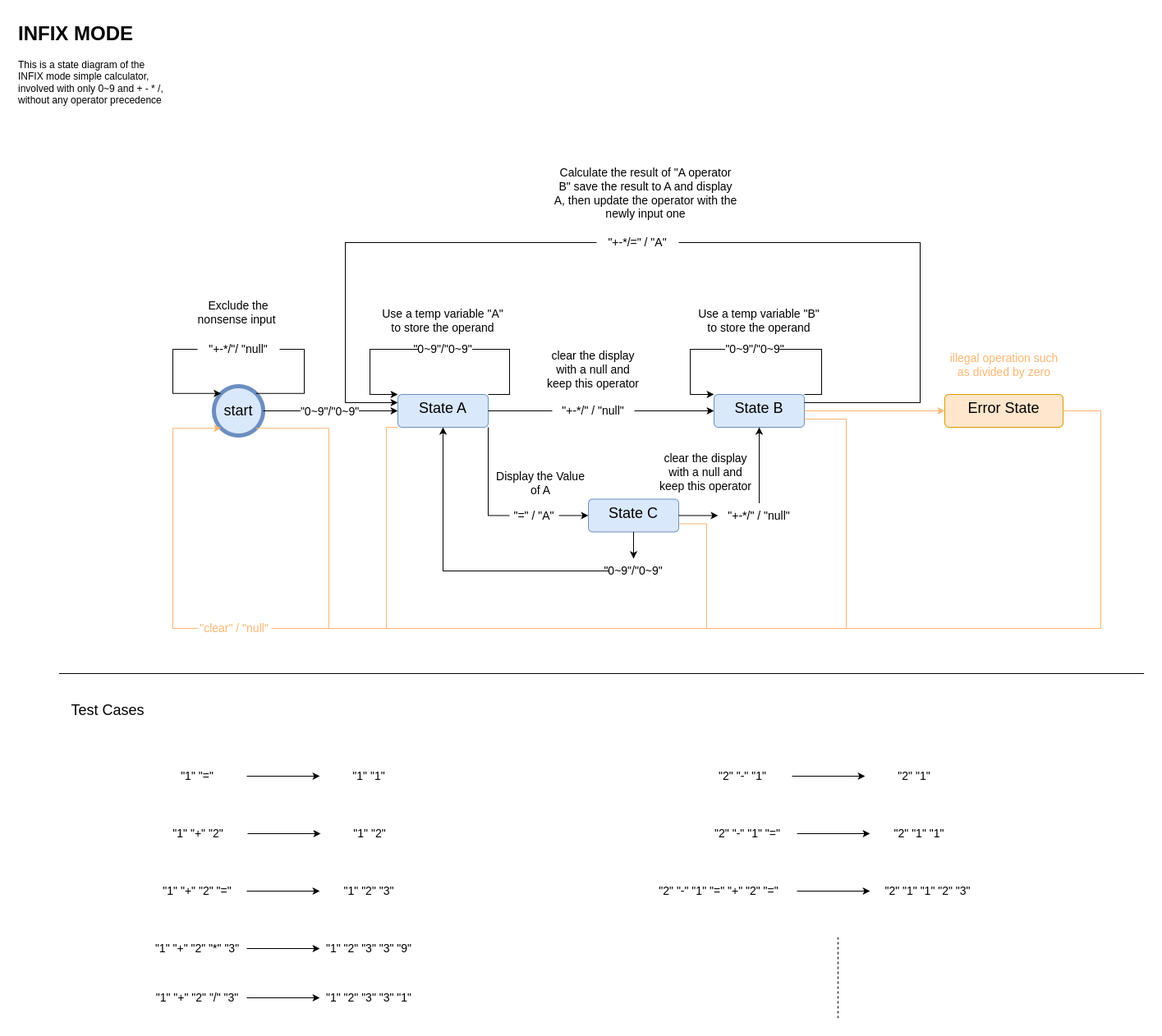
The draw.io diagram res/calculator_state_diagram-INFIX.drawio.png in dcheng69/Simple_Calculator, before a commit. Source tidied: cells renumbered, new cells last; positions are measured from the earlier drawing's top-left corner, leaving out a move shared by most shapes.
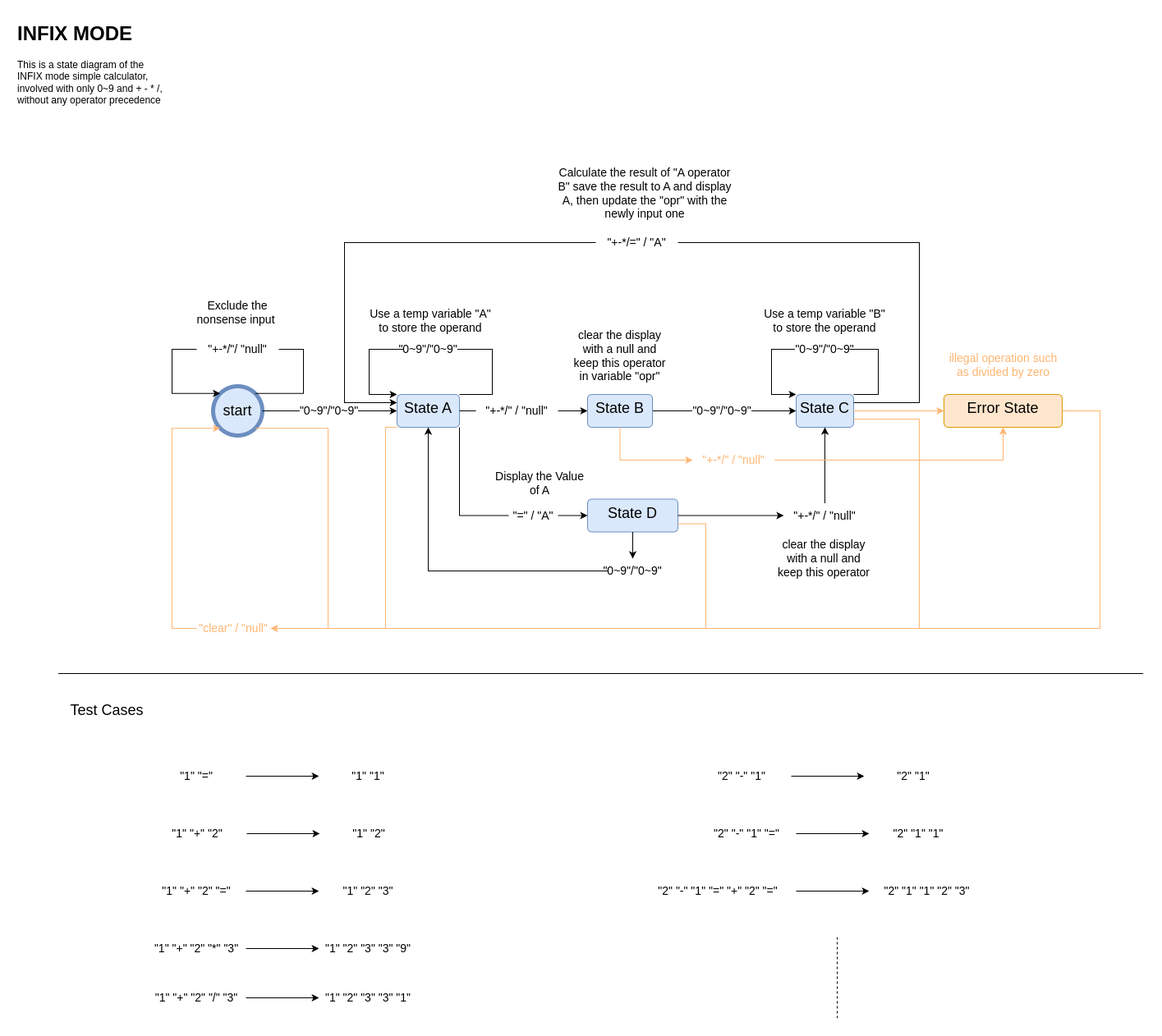
Later version of the same file.

Commit message:
Update the INFIX state chart

[Ticket: INFIX state chart]

[body]
1. Update the INFIX state chart add and operator state

[test]
none

Change to the diagram source:
```diff
@@ -9,7 +9,7 @@
       <mxGeometry x="240" y="450" width="60" height="60" as="geometry" />
     </mxCell>
     <mxCell id="4" value="&lt;font style=&quot;font-size: 18px;&quot;&gt;State A&lt;/font&gt;" style="html=1;align=center;verticalAlign=top;rounded=1;absoluteArcSize=1;arcSize=10;dashed=0;whiteSpace=wrap;fillColor=#dae8fc;strokeColor=#6c8ebf;" parent="1" vertex="1">
-      <mxGeometry x="464" y="460" width="110" height="40" as="geometry" />
+      <mxGeometry x="464" y="460" width="76" height="40" as="geometry" />
     </mxCell>
     <mxCell id="5" value="&lt;font style=&quot;font-size: 14px;&quot;&gt;&quot;+-*/&quot;/ &quot;null&quot;&lt;/font&gt;" style="text;html=1;align=center;verticalAlign=middle;whiteSpace=wrap;rounded=0;" parent="1" vertex="1">
       <mxGeometry x="220" y="390" width="100" height="30" as="geometry" />
@@ -45,12 +45,12 @@
     <mxCell id="12" style="endArrow=none;html=1;rounded=0;exitX=1;exitY=0;exitDx=0;exitDy=0;entryX=1;entryY=0.5;entryDx=0;entryDy=0;edgeStyle=elbowEdgeStyle;" parent="1" edge="1" source="4" target="13">
       <mxGeometry relative="1" as="geometry">
         <Array as="points">
-          <mxPoint x="600" y="400" />
+          <mxPoint x="580" y="440" />
         </Array>
       </mxGeometry>
     </mxCell>
     <mxCell id="13" value="&lt;span style=&quot;font-size: 14px; text-wrap: nowrap; background-color: rgb(255, 255, 255);&quot;&gt;&quot;0~9&quot;/&quot;0~9&quot;&lt;/span&gt;" style="text;html=1;align=center;verticalAlign=middle;whiteSpace=wrap;rounded=0;" parent="1" vertex="1">
-      <mxGeometry x="489" y="390" width="60" height="30" as="geometry" />
+      <mxGeometry x="472" y="390" width="60" height="30" as="geometry" />
     </mxCell>
     <mxCell id="14" style="endArrow=classic;html=1;rounded=0;exitX=0;exitY=0.5;exitDx=0;exitDy=0;entryX=0;entryY=0;entryDx=0;entryDy=0;edgeStyle=elbowEdgeStyle;" parent="1" edge="1" source="13" target="4">
       <mxGeometry relative="1" as="geometry">
@@ -63,24 +63,23 @@
       <mxGeometry x="205" y="340" width="130" height="40" as="geometry" />
     </mxCell>
     <mxCell id="16" value="&lt;font style=&quot;font-size: 14px;&quot;&gt;Use a temp variable &quot;A&quot; to store the operand&lt;/font&gt;" style="text;html=1;align=center;verticalAlign=middle;whiteSpace=wrap;rounded=0;" parent="1" vertex="1">
-      <mxGeometry x="444" y="350" width="150" height="40" as="geometry" />
+      <mxGeometry x="430" y="350" width="150" height="40" as="geometry" />
     </mxCell>
-    <mxCell id="17" style="endArrow=none;html=1;rounded=0;exitX=1;exitY=0.5;exitDx=0;exitDy=0;entryX=0;entryY=0.5;entryDx=0;entryDy=0;" parent="1" edge="1" source="4" target="49">
-      <mxGeometry relative="1" as="geometry" />
-    </mxCell>
-    <mxCell id="18" style="endArrow=classic;html=1;rounded=0;entryX=0;entryY=0.5;entryDx=0;entryDy=0;exitX=1;exitY=0.5;exitDx=0;exitDy=0;" parent="1" edge="1" source="49" target="48">
-      <mxGeometry relative="1" as="geometry" />
+    <mxCell id="18" style="endArrow=classic;html=1;rounded=0;exitX=1;exitY=0.5;exitDx=0;exitDy=0;" parent="1" edge="1" source="80">
+      <mxGeometry relative="1" as="geometry">
+        <mxPoint x="730" y="480" as="targetPoint" />
+      </mxGeometry>
     </mxCell>
     <mxCell id="19" style="edgeStyle=orthogonalEdgeStyle;rounded=0;jettySize=auto;html=1;exitX=0;exitY=0.5;exitDx=0;exitDy=0;entryX=0;entryY=0;entryDx=0;entryDy=0;" parent="1" edge="1" source="50" target="48">
       <mxGeometry relative="1" as="geometry">
         <Array as="points">
-          <mxPoint x="820" y="405" />
-          <mxPoint x="820" y="460" />
+          <mxPoint x="920" y="405" />
+          <mxPoint x="920" y="460" />
         </Array>
       </mxGeometry>
     </mxCell>
-    <mxCell id="20" value="&lt;font style=&quot;font-size: 14px;&quot;&gt;clear the display with a null and keep this operator&lt;/font&gt;" style="text;html=1;align=center;verticalAlign=middle;whiteSpace=wrap;rounded=0;" parent="1" vertex="1">
-      <mxGeometry x="644" y="410" width="116" height="40" as="geometry" />
+    <mxCell id="20" value="&lt;font style=&quot;font-size: 14px;&quot;&gt;clear the display with a null and keep this operator in variable &quot;opr&quot;&lt;/font&gt;" style="text;html=1;align=center;verticalAlign=middle;whiteSpace=wrap;rounded=0;" parent="1" vertex="1">
+      <mxGeometry x="674.2" y="377.5" width="122.5" height="70" as="geometry" />
     </mxCell>
     <mxCell id="21" style="endArrow=none;html=1;rounded=0;" parent="1" edge="1">
       <mxGeometry relative="1" as="geometry">
@@ -169,24 +168,21 @@
         <mxPoint x="1000" y="1120" as="targetPoint" />
       </mxGeometry>
     </mxCell>
-    <mxCell id="48" value="&lt;font style=&quot;font-size: 18px;&quot;&gt;State B&lt;/font&gt;" style="html=1;align=center;verticalAlign=top;rounded=1;absoluteArcSize=1;arcSize=10;dashed=0;whiteSpace=wrap;fillColor=#dae8fc;strokeColor=#6c8ebf;" parent="1" vertex="1">
-      <mxGeometry x="849" y="460" width="110" height="40" as="geometry" />
+    <mxCell id="48" value="&lt;font style=&quot;font-size: 18px;&quot;&gt;State C&lt;/font&gt;" style="html=1;align=center;verticalAlign=top;rounded=1;absoluteArcSize=1;arcSize=10;dashed=0;whiteSpace=wrap;fillColor=#dae8fc;strokeColor=#6c8ebf;" parent="1" vertex="1">
+      <mxGeometry x="950" y="460" width="70" height="40" as="geometry" />
     </mxCell>
-    <mxCell id="49" value="&lt;font style=&quot;font-size: 14px;&quot;&gt;&quot;+-*/&quot; / &quot;null&quot;&lt;/font&gt;" style="text;html=1;align=center;verticalAlign=middle;whiteSpace=wrap;rounded=0;" parent="1" vertex="1">
-      <mxGeometry x="652" y="465" width="100" height="30" as="geometry" />
-    </mxCell>
     <mxCell id="50" value="&lt;span style=&quot;font-size: 14px; text-wrap: nowrap; background-color: rgb(255, 255, 255);&quot;&gt;&quot;0~9&quot;/&quot;0~9&quot;&lt;/span&gt;" style="text;html=1;align=center;verticalAlign=middle;whiteSpace=wrap;rounded=0;" parent="1" vertex="1">
-      <mxGeometry x="869" y="390" width="60" height="30" as="geometry" />
+      <mxGeometry x="955" y="390" width="60" height="30" as="geometry" />
     </mxCell>
     <mxCell id="51" style="endArrow=none;html=1;rounded=0;exitX=1;exitY=0;exitDx=0;exitDy=0;entryX=1;entryY=0.5;entryDx=0;entryDy=0;edgeStyle=elbowEdgeStyle;" parent="1" edge="1" source="48" target="50">
       <mxGeometry relative="1" as="geometry">
         <Array as="points">
-          <mxPoint x="980" y="440" />
+          <mxPoint x="1050" y="440" />
         </Array>
       </mxGeometry>
     </mxCell>
     <mxCell id="52" value="&lt;font style=&quot;font-size: 14px;&quot;&gt;Use a temp variable &quot;B&quot; to store the operand&lt;/font&gt;" style="text;html=1;align=center;verticalAlign=middle;whiteSpace=wrap;rounded=0;" parent="1" vertex="1">
-      <mxGeometry x="822.2" y="350" width="163.5" height="40" as="geometry" />
+      <mxGeometry x="903.2" y="350" width="163.5" height="40" as="geometry" />
     </mxCell>
     <mxCell id="53" style="endArrow=none;html=1;rounded=0;exitX=1;exitY=0.25;exitDx=0;exitDy=0;entryX=1;entryY=0.5;entryDx=0;entryDy=0;edgeStyle=elbowEdgeStyle;" parent="1" edge="1" source="48" target="10">
       <mxGeometry relative="1" as="geometry">
@@ -202,10 +198,10 @@
         </Array>
       </mxGeometry>
     </mxCell>
-    <mxCell id="55" value="&lt;span style=&quot;font-size: 14px;&quot;&gt;Calculate the result of &quot;A operator B&quot; save the result to A and display A, then update the operator with the newly input one&lt;/span&gt;" style="text;html=1;align=center;verticalAlign=middle;whiteSpace=wrap;rounded=0;" parent="1" vertex="1">
+    <mxCell id="55" value="&lt;span style=&quot;font-size: 14px;&quot;&gt;Calculate the result of &quot;A operator B&quot; save the result to A and display A, then update the &quot;opr&quot; with the newly input one&lt;/span&gt;" style="text;html=1;align=center;verticalAlign=middle;whiteSpace=wrap;rounded=0;" parent="1" vertex="1">
       <mxGeometry x="652" y="180" width="228" height="70" as="geometry" />
     </mxCell>
-    <mxCell id="56" value="&lt;font style=&quot;font-size: 18px;&quot;&gt;State C&lt;/font&gt;" style="html=1;align=center;verticalAlign=top;rounded=1;absoluteArcSize=1;arcSize=10;dashed=0;whiteSpace=wrap;fillColor=#dae8fc;strokeColor=#6c8ebf;" parent="1" vertex="1">
+    <mxCell id="56" value="&lt;font style=&quot;font-size: 18px;&quot;&gt;State D&lt;/font&gt;" style="html=1;align=center;verticalAlign=top;rounded=1;absoluteArcSize=1;arcSize=10;dashed=0;whiteSpace=wrap;fillColor=#dae8fc;strokeColor=#6c8ebf;" parent="1" vertex="1">
       <mxGeometry x="696" y="587.5" width="110" height="40" as="geometry" />
     </mxCell>
     <mxCell id="57" value="&lt;font style=&quot;font-size: 14px;&quot;&gt;&quot;=&quot; / &quot;A&quot;&lt;/font&gt;" style="text;html=1;align=center;verticalAlign=middle;whiteSpace=wrap;rounded=0;" parent="1" vertex="1">
@@ -214,7 +210,7 @@
     <mxCell id="58" style="endArrow=none;html=1;rounded=0;entryX=1;entryY=1;entryDx=0;entryDy=0;exitX=0;exitY=0.5;exitDx=0;exitDy=0;edgeStyle=elbowEdgeStyle;" parent="1" edge="1" source="57" target="4">
       <mxGeometry relative="1" as="geometry">
         <Array as="points">
-          <mxPoint x="574" y="560" />
+          <mxPoint x="540" y="560" />
         </Array>
       </mxGeometry>
     </mxCell>
@@ -225,7 +221,7 @@
       <mxGeometry x="580" y="547.5" width="116" height="40" as="geometry" />
     </mxCell>
     <mxCell id="61" value="&lt;font style=&quot;font-size: 14px;&quot;&gt;&quot;+-*/&quot; / &quot;null&quot;&lt;/font&gt;" style="text;html=1;align=center;verticalAlign=middle;whiteSpace=wrap;rounded=0;" parent="1" vertex="1">
-      <mxGeometry x="854" y="592.5" width="100" height="30" as="geometry" />
+      <mxGeometry x="935" y="592.5" width="100" height="30" as="geometry" />
     </mxCell>
     <mxCell id="62" style="endArrow=classic;html=1;rounded=0;exitX=1;exitY=0.5;exitDx=0;exitDy=0;entryX=0;entryY=0.5;entryDx=0;entryDy=0;endFill=1;" parent="1" edge="1" source="56" target="61">
       <mxGeometry relative="1" as="geometry" />
@@ -242,7 +238,7 @@
     <mxCell id="66" style="endArrow=classic;html=1;rounded=0;exitX=0;exitY=0.5;exitDx=0;exitDy=0;entryX=0.5;entryY=1;entryDx=0;entryDy=0;edgeStyle=elbowEdgeStyle;" parent="1" edge="1" source="65" target="4">
       <mxGeometry relative="1" as="geometry">
         <Array as="points">
-          <mxPoint x="519" y="600" />
+          <mxPoint x="502" y="590" />
         </Array>
       </mxGeometry>
     </mxCell>
@@ -282,7 +278,7 @@
     <mxCell id="74" style="endArrow=none;html=1;rounded=0;entryX=1;entryY=0.5;entryDx=0;entryDy=0;strokeColor=#FFB570;edgeStyle=elbowEdgeStyle;endFill=0;exitX=1;exitY=0.75;exitDx=0;exitDy=0;" parent="1" edge="1" source="48" target="70">
       <mxGeometry relative="1" as="geometry">
         <Array as="points">
-          <mxPoint x="1010" y="630" />
+          <mxPoint x="1100" y="620" />
         </Array>
       </mxGeometry>
     </mxCell>
@@ -293,7 +289,7 @@
         </Array>
       </mxGeometry>
     </mxCell>
-    <mxCell id="76" style="endArrow=none;html=1;rounded=0;entryX=1;entryY=0.5;entryDx=0;entryDy=0;strokeColor=#FFB570;edgeStyle=elbowEdgeStyle;endFill=0;exitX=0;exitY=1;exitDx=0;exitDy=0;" parent="1" edge="1" source="4" target="70">
+    <mxCell id="76" style="endArrow=classic;html=1;rounded=0;entryX=1;entryY=0.5;entryDx=0;entryDy=0;strokeColor=#FFB570;edgeStyle=elbowEdgeStyle;endFill=1;exitX=0;exitY=1;exitDx=0;exitDy=0;" parent="1" edge="1" source="4" target="70">
       <mxGeometry relative="1" as="geometry">
         <Array as="points">
           <mxPoint x="450" y="620" />
@@ -301,7 +297,37 @@
       </mxGeometry>
     </mxCell>
     <mxCell id="77" value="&lt;font style=&quot;font-size: 14px;&quot;&gt;clear the display with a null and keep this operator&lt;/font&gt;" style="text;html=1;align=center;verticalAlign=middle;whiteSpace=wrap;rounded=0;" parent="1" vertex="1">
-      <mxGeometry x="781" y="535" width="116" height="40" as="geometry" />
+      <mxGeometry x="925.8" y="640" width="116" height="40" as="geometry" />
     </mxCell>
+    <mxCell id="17" style="endArrow=none;html=1;rounded=0;exitX=1;exitY=0.5;exitDx=0;exitDy=0;" parent="1" edge="1" source="4" target="49">
+      <mxGeometry relative="1" as="geometry" />
+    </mxCell>
+    <mxCell id="49" value="&lt;font style=&quot;font-size: 14px;&quot;&gt;&quot;+-*/&quot; / &quot;null&quot;&lt;/font&gt;" style="text;html=1;align=center;verticalAlign=middle;whiteSpace=wrap;rounded=0;" parent="1" vertex="1">
+      <mxGeometry x="560" y="465" width="100" height="30" as="geometry" />
+    </mxCell>
+    <mxCell id="78" style="endArrow=classic;html=1;rounded=0;exitX=1;exitY=0.5;exitDx=0;exitDy=0;" parent="1" edge="1" source="49" target="80">
+      <mxGeometry relative="1" as="geometry" />
+    </mxCell>
+    <mxCell id="79" style="edgeStyle=orthogonalEdgeStyle;rounded=0;jettySize=auto;html=1;endArrow=none;endFill=0;" parent="1" edge="1" source="80" target="82">
+      <mxGeometry relative="1" as="geometry" />
+    </mxCell>
+    <mxCell id="80" value="&lt;font style=&quot;font-size: 18px;&quot;&gt;State B&lt;/font&gt;" style="html=1;align=center;verticalAlign=top;rounded=1;absoluteArcSize=1;arcSize=10;dashed=0;whiteSpace=wrap;fillColor=#dae8fc;strokeColor=#6c8ebf;" parent="1" vertex="1">
+      <mxGeometry x="696" y="460" width="79" height="40" as="geometry" />
+    </mxCell>
+    <mxCell id="81" style="edgeStyle=orthogonalEdgeStyle;rounded=0;jettySize=auto;html=1;" parent="1" edge="1" source="82" target="48">
+      <mxGeometry relative="1" as="geometry" />
+    </mxCell>
+    <mxCell id="82" value="&lt;span style=&quot;font-size: 14px; text-wrap: nowrap; background-color: rgb(255, 255, 255);&quot;&gt;&quot;0~9&quot;/&quot;0~9&quot;&lt;/span&gt;" style="text;html=1;align=center;verticalAlign=middle;whiteSpace=wrap;rounded=0;" parent="1" vertex="1">
+      <mxGeometry x="830" y="465" width="60" height="30" as="geometry" />
+    </mxCell>
+    <mxCell id="83" style="endArrow=classic;html=1;rounded=0;entryX=0;entryY=0.5;entryDx=0;entryDy=0;exitX=0.5;exitY=1;exitDx=0;exitDy=0;strokeColor=#FFB570;edgeStyle=orthogonalEdgeStyle;" parent="1" edge="1" source="80" target="84">
+      <mxGeometry relative="1" as="geometry" />
+    </mxCell>
+    <mxCell id="84" value="&lt;font color=&quot;#ffb570&quot; style=&quot;font-size: 14px;&quot;&gt;&quot;+-*/&quot; / &quot;null&quot;&lt;/font&gt;" style="text;html=1;align=center;verticalAlign=middle;whiteSpace=wrap;rounded=0;" parent="1" vertex="1">
+      <mxGeometry x="824" y="525" width="100" height="30" as="geometry" />
+    </mxCell>
+    <mxCell id="85" style="endArrow=classic;html=1;rounded=0;entryX=0.5;entryY=1;entryDx=0;entryDy=0;exitX=1;exitY=0.5;exitDx=0;exitDy=0;strokeColor=#FFB570;edgeStyle=orthogonalEdgeStyle;" parent="1" edge="1" source="84" target="67">
+      <mxGeometry relative="1" as="geometry" />
+    </mxCell>
   </root>
 </mxGraphModel>
```
